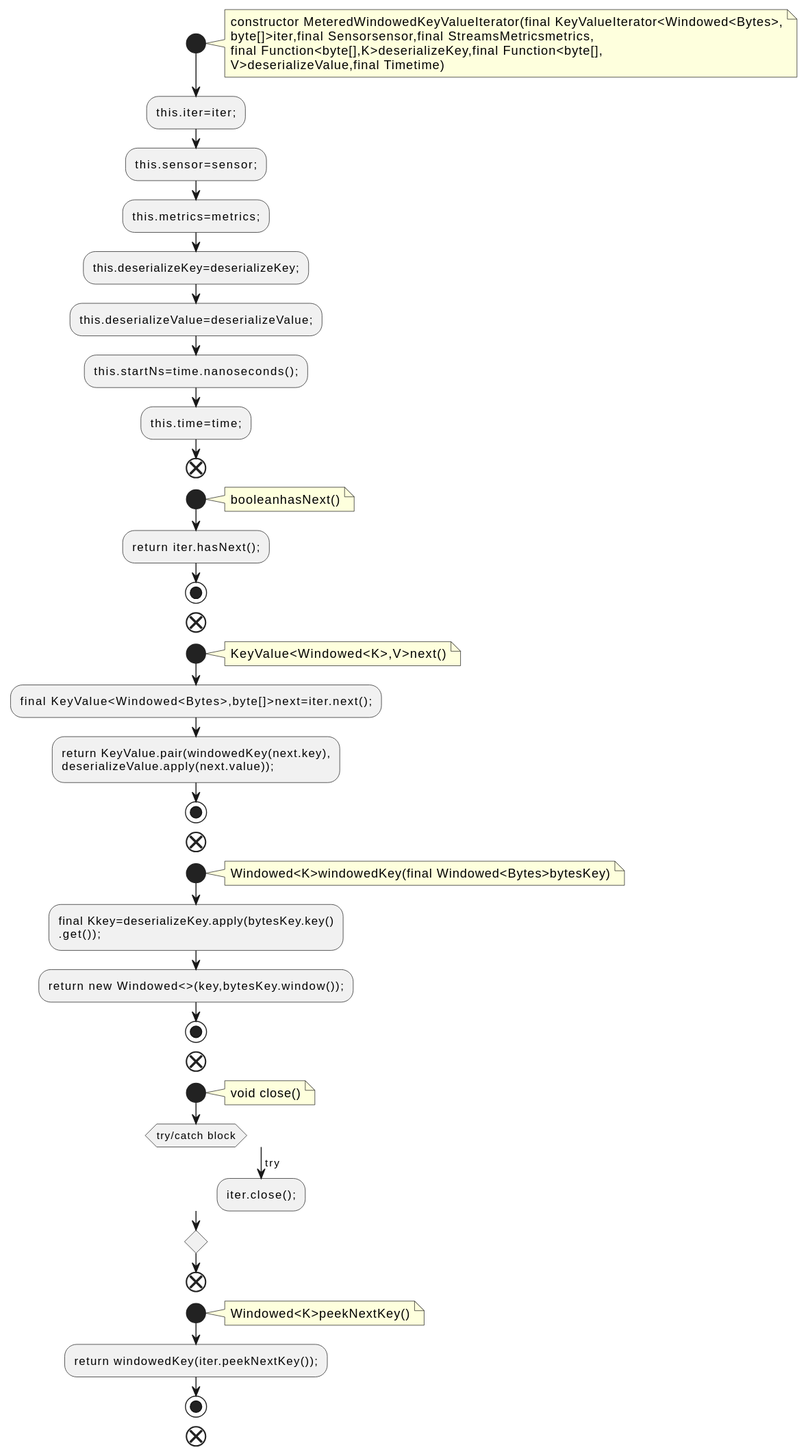
The PlantUML diagram docs/qc/streams/src/main/java/org/apache/kafka/streams/state/internals/MeteredWindowedKeyValueIterator.java.fct.svg in qualitesys/kafka, before a commit.
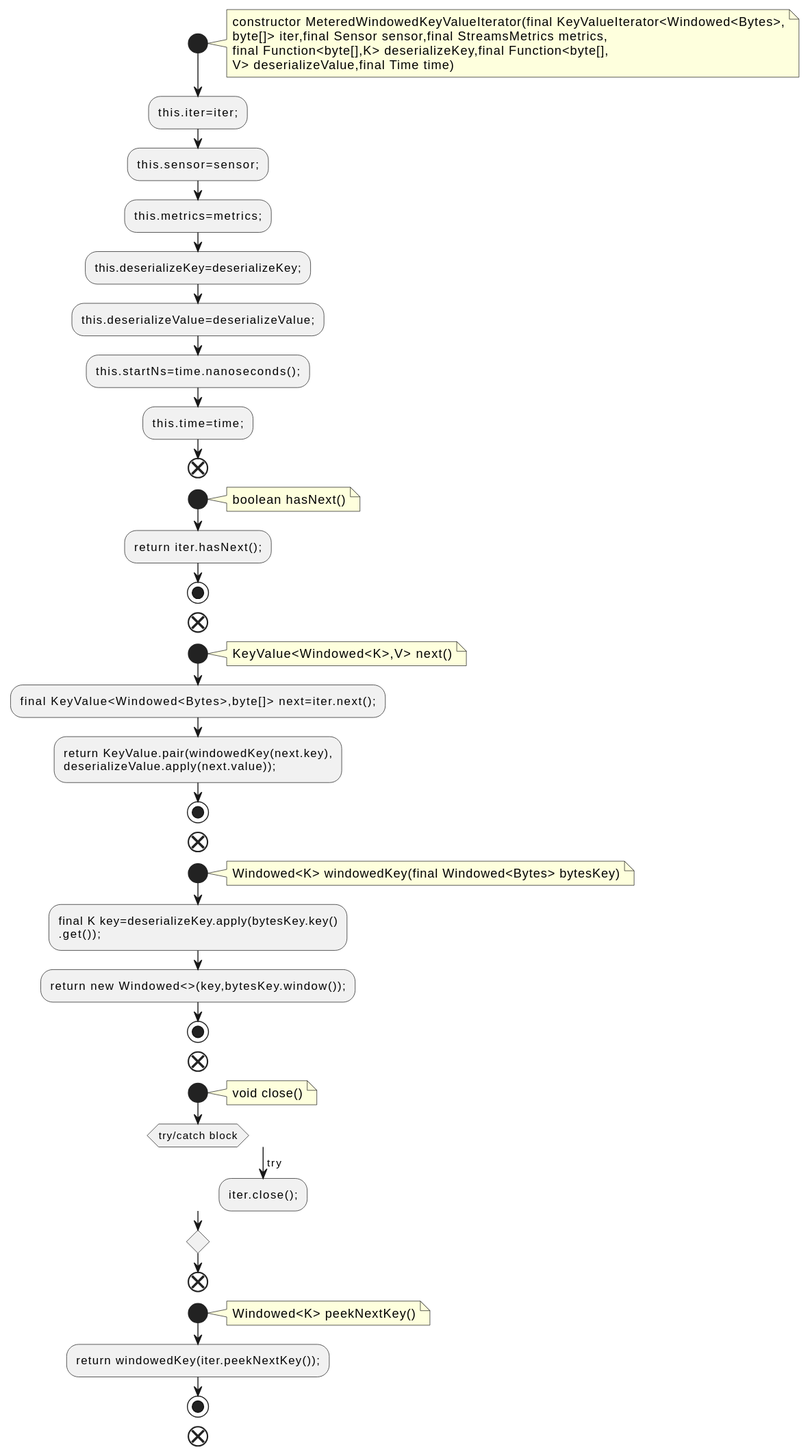
Later version of the same file.

What changed in the source:
```diff
@@ -3,9 +3,9 @@
 start
 note right
 constructor MeteredWindowedKeyValueIterator(final KeyValueIterator<Windowed<Bytes>,
-byte[]>iter,final Sensorsensor,final StreamsMetricsmetrics,
-final Function<byte[],K>deserializeKey,final Function<byte[],
-V>deserializeValue,final Timetime)
+byte[]> iter,final Sensor sensor,final StreamsMetrics metrics,
+final Function<byte[],K> deserializeKey,final Function<byte[],
+V> deserializeValue,final Time time)
 end note
 :this.iter=iter;;
 :this.sensor=sensor;;
@@ -17,25 +17,25 @@
 end
 start
 note right
-booleanhasNext()
+boolean hasNext()
 end note
 :return iter.hasNext();;
 stop
 end
 start
 note right
-KeyValue<Windowed<K>,V>next()
+KeyValue<Windowed<K>,V> next()
 end note
-:final KeyValue<Windowed<Bytes>,byte[]>next=iter.next();;
+:final KeyValue<Windowed<Bytes>,byte[]> next=iter.next();;
 :return KeyValue.pair(windowedKey(next.key),
 deserializeValue.apply(next.value));;
 stop
 end
 start
 note right
-Windowed<K>windowedKey(final Windowed<Bytes>bytesKey)
+Windowed<K> windowedKey(final Windowed<Bytes> bytesKey)
 end note
-:final Kkey=deserializeKey.apply(bytesKey.key()
+:final K key=deserializeKey.apply(bytesKey.key()
 .get());;
 :return new Windowed<>(key,bytesKey.window());;
 stop
@@ -51,7 +51,7 @@
 end
 start
 note right
-Windowed<K>peekNextKey()
+Windowed<K> peekNextKey()
 end note
 :return windowedKey(iter.peekNextKey());;
 stop
```
